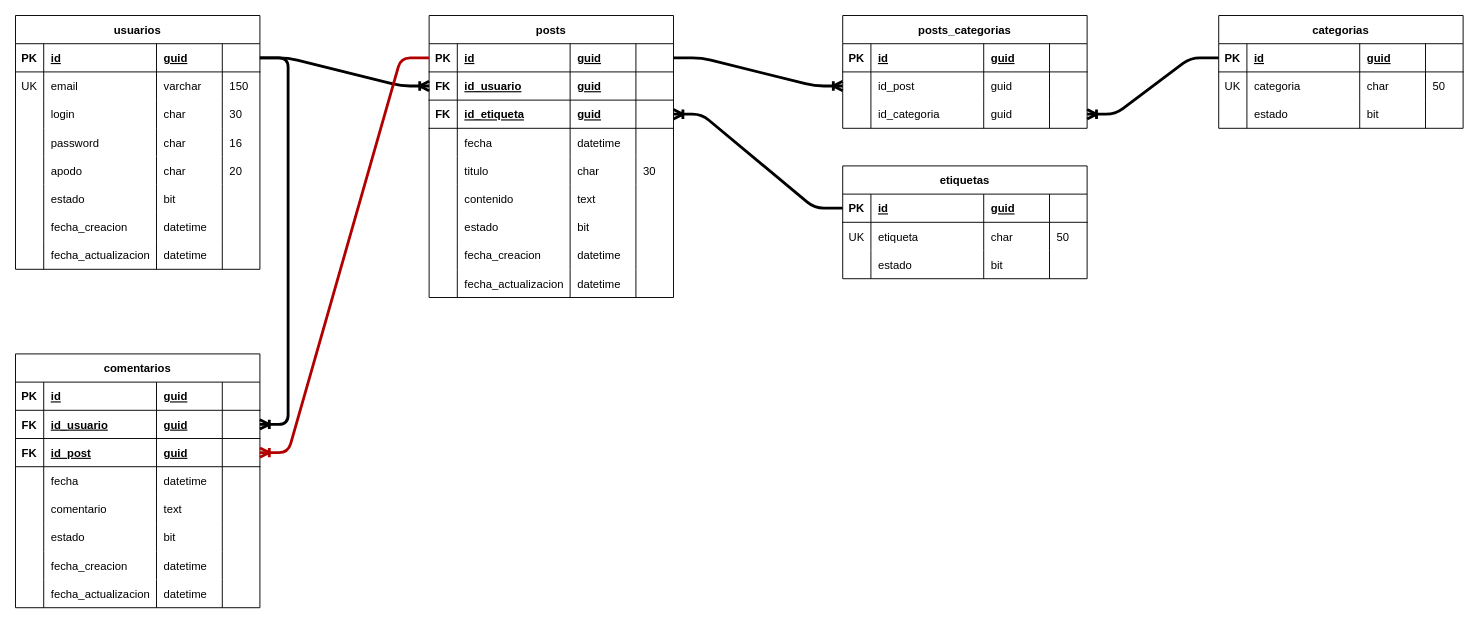
andresflorez0799/platzi-fundamentosbd keeps this draw.io diagram as page "FISICO" (2 of 2) of diagrams/blogs.drawio. Above is the earlier version. Source tidied: cells renumbered, new cells numbered last; positions are measured from the earlier drawing's top-left corner, leaving out a move shared by most shapes. Both pictures are drawn from the tidied source at 94%, with x=0, y=0 at pixel (15, 15).
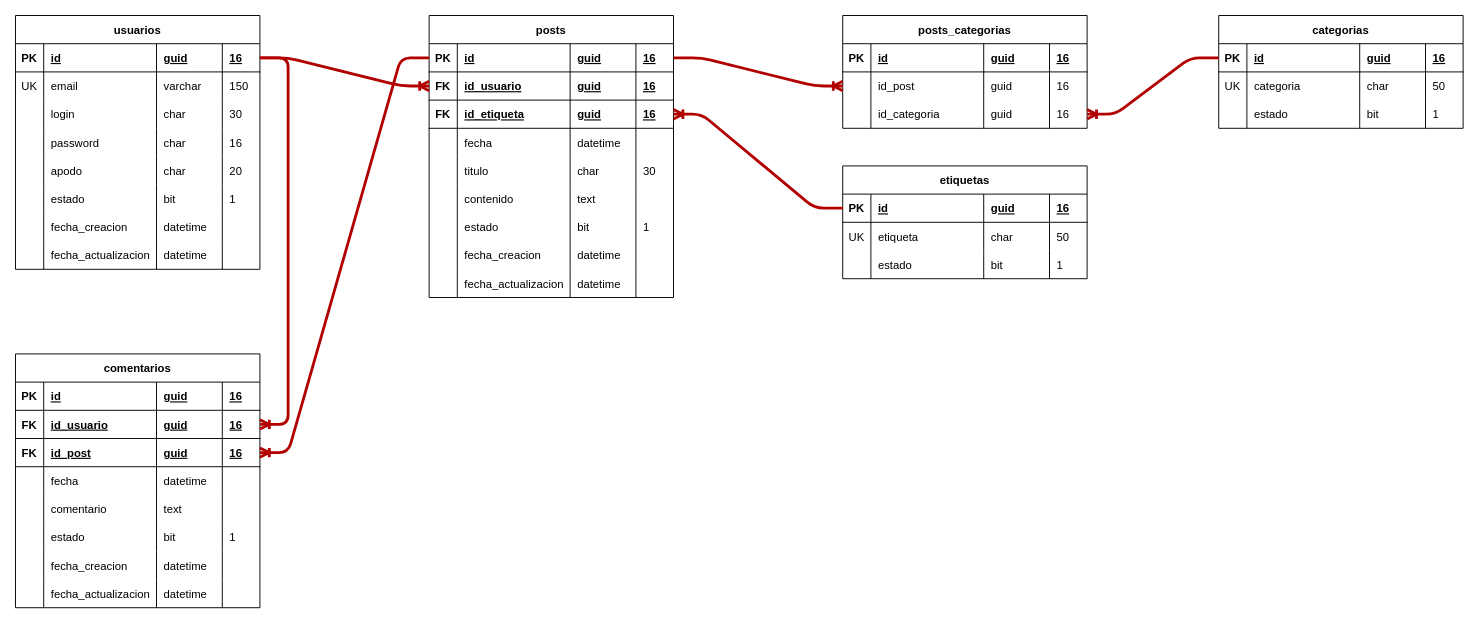
The same page after the edit.

The change refers to these unchanged cells:
```xml
<mxCell id="3" style="shape=tableRow;horizontal=0;startSize=0;swimlaneHead=0;swimlaneBody=0;fillColor=none;points=[[0,0.5],[1,0.5]];portConstraint=eastwest;top=0;left=0;right=0;bottom=1;" parent="2" vertex="1">
  <mxGeometry y="30" width="260" height="30" as="geometry" />
</mxCell>
<mxCell id="28" style="shape=tableRow;horizontal=0;startSize=0;swimlaneHead=0;swimlaneBody=0;fillColor=none;top=0;left=0;right=0;bottom=0;" parent="2" vertex="1">
  <mxGeometry y="180" width="260" height="30" as="geometry" />
</mxCell>
<mxCell id="44" style="shape=tableRow;horizontal=0;startSize=0;swimlaneHead=0;swimlaneBody=0;fillColor=none;points=[[0,0.5],[1,0.5]];portConstraint=eastwest;top=0;left=0;right=0;bottom=1;" parent="43" vertex="1">
  <mxGeometry y="30" width="260" height="30" as="geometry" />
</mxCell>
<mxCell id="49" style="shape=tableRow;horizontal=0;startSize=0;swimlaneHead=0;swimlaneBody=0;fillColor=none;points=[[0,0.5],[1,0.5]];portConstraint=eastwest;top=0;left=0;right=0;bottom=1;" parent="43" vertex="1">
  <mxGeometry y="60" width="260" height="30" as="geometry" />
</mxCell>
<mxCell id="54" style="shape=tableRow;horizontal=0;startSize=0;swimlaneHead=0;swimlaneBody=0;fillColor=none;points=[[0,0.5],[1,0.5]];portConstraint=eastwest;top=0;left=0;right=0;bottom=1;" parent="43" vertex="1">
  <mxGeometry y="90" width="260" height="30" as="geometry" />
</mxCell>
<mxCell id="74" style="shape=tableRow;horizontal=0;startSize=0;swimlaneHead=0;swimlaneBody=0;fillColor=none;top=0;left=0;right=0;bottom=0;" parent="43" vertex="1">
  <mxGeometry y="210" width="260" height="30" as="geometry" />
</mxCell>
<mxCell id="90" style="shape=tableRow;horizontal=0;startSize=0;swimlaneHead=0;swimlaneBody=0;fillColor=none;top=0;left=0;right=0;bottom=1;" parent="89" vertex="1">
  <mxGeometry y="30" width="260" height="30" as="geometry" />
</mxCell>
<mxCell id="95" style="shape=tableRow;horizontal=0;startSize=0;swimlaneHead=0;swimlaneBody=0;fillColor=none;points=[[0,0.5],[1,0.5]];portConstraint=eastwest;top=0;left=0;right=0;bottom=1;" parent="89" vertex="1">
  <mxGeometry y="60" width="260" height="30" as="geometry" />
</mxCell>
<mxCell id="100" style="shape=tableRow;horizontal=0;startSize=0;swimlaneHead=0;swimlaneBody=0;fillColor=none;points=[[0,0.5],[1,0.5]];portConstraint=eastwest;top=0;left=0;right=0;bottom=1;" parent="89" vertex="1">
  <mxGeometry y="90" width="260" height="30" as="geometry" />
</mxCell>
<mxCell id="115" style="shape=tableRow;horizontal=0;startSize=0;swimlaneHead=0;swimlaneBody=0;fillColor=none;top=0;left=0;right=0;bottom=0;" parent="89" vertex="1">
  <mxGeometry y="180" width="260" height="30" as="geometry" />
</mxCell>
<mxCell id="131" style="shape=tableRow;horizontal=0;startSize=0;swimlaneHead=0;swimlaneBody=0;fillColor=none;points=[[0,0.5],[1,0.5]];portConstraint=eastwest;top=0;left=0;right=0;bottom=1;" parent="130" vertex="1">
  <mxGeometry y="30" width="260" height="30" as="geometry" />
</mxCell>
<mxCell id="141" style="shape=tableRow;horizontal=0;startSize=0;swimlaneHead=0;swimlaneBody=0;fillColor=none;top=0;left=0;right=0;bottom=0;" parent="130" vertex="1">
  <mxGeometry y="90" width="260" height="30" as="geometry" />
</mxCell>
<mxCell id="147" style="shape=tableRow;horizontal=0;startSize=0;swimlaneHead=0;swimlaneBody=0;fillColor=none;points=[[0,0.5],[1,0.5]];portConstraint=eastwest;top=0;left=0;right=0;bottom=1;" parent="146" vertex="1">
  <mxGeometry y="30" width="260" height="30" as="geometry" />
</mxCell>
<mxCell id="157" style="shape=tableRow;horizontal=0;startSize=0;swimlaneHead=0;swimlaneBody=0;fillColor=none;top=0;left=0;right=0;bottom=0;" parent="146" vertex="1">
  <mxGeometry y="90" width="260" height="30" as="geometry" />
</mxCell>
<mxCell id="163" style="shape=tableRow;horizontal=0;startSize=0;swimlaneHead=0;swimlaneBody=0;fillColor=none;top=0;left=0;right=0;bottom=1;" parent="162" vertex="1">
  <mxGeometry y="30" width="260" height="30" as="geometry" />
</mxCell>
<mxCell id="168" style="shape=tableRow;horizontal=0;startSize=0;swimlaneHead=0;swimlaneBody=0;fillColor=none;points=[[0,0.5],[1,0.5]];portConstraint=eastwest;top=0;left=0;right=0;bottom=0;" parent="162" vertex="1">
  <mxGeometry y="60" width="260" height="30" as="geometry" />
</mxCell>
<mxCell id="173" style="shape=tableRow;horizontal=0;startSize=0;swimlaneHead=0;swimlaneBody=0;fillColor=none;points=[[0,0.5],[1,0.5]];portConstraint=eastwest;top=0;left=0;right=0;bottom=0;" parent="162" vertex="1">
  <mxGeometry y="90" width="260" height="30" as="geometry" />
</mxCell>
```

Diff of the diagram source:
```diff
@@
-    <mxCell id="7" style="shape=partialRectangle;fillColor=none;top=0;left=0;bottom=0;right=0;align=left;spacingLeft=6;fontStyle=5;overflow=hidden;" parent="3" vertex="1">
+    <mxCell id="7" value="16" style="shape=partialRectangle;fillColor=none;top=0;left=0;bottom=0;right=0;align=left;spacingLeft=6;fontStyle=5;overflow=hidden;" parent="3" vertex="1">
       <mxGeometry x="220" width="40" height="30" as="geometry" />
     </mxCell>
@@
-    <mxCell id="32" style="shape=partialRectangle;fillColor=none;top=0;left=0;bottom=0;right=0;align=left;spacingLeft=6;overflow=hidden;" parent="28" vertex="1">
+    <mxCell id="32" value="1" style="shape=partialRectangle;fillColor=none;top=0;left=0;bottom=0;right=0;align=left;spacingLeft=6;overflow=hidden;" parent="28" vertex="1">
       <mxGeometry x="220" width="40" height="30" as="geometry" />
     </mxCell>
@@
-    <mxCell id="48" style="shape=partialRectangle;fillColor=none;top=0;left=0;bottom=0;right=0;align=left;spacingLeft=6;fontStyle=5;overflow=hidden;" parent="44" vertex="1">
+    <mxCell id="48" value="16" style="shape=partialRectangle;fillColor=none;top=0;left=0;bottom=0;right=0;align=left;spacingLeft=6;fontStyle=5;overflow=hidden;" parent="44" vertex="1">
       <mxGeometry x="220" width="40" height="30" as="geometry" />
     </mxCell>
@@
-    <mxCell id="53" style="shape=partialRectangle;fillColor=none;top=0;left=0;bottom=0;right=0;align=left;spacingLeft=6;fontStyle=5;overflow=hidden;" parent="49" vertex="1">
+    <mxCell id="53" value="16" style="shape=partialRectangle;fillColor=none;top=0;left=0;bottom=0;right=0;align=left;spacingLeft=6;fontStyle=5;overflow=hidden;" parent="49" vertex="1">
       <mxGeometry x="220" width="40" height="30" as="geometry" />
     </mxCell>
@@
-    <mxCell id="58" style="shape=partialRectangle;fillColor=none;top=0;left=0;bottom=0;right=0;align=left;spacingLeft=6;fontStyle=5;overflow=hidden;" parent="54" vertex="1">
+    <mxCell id="58" value="16" style="shape=partialRectangle;fillColor=none;top=0;left=0;bottom=0;right=0;align=left;spacingLeft=6;fontStyle=5;overflow=hidden;" parent="54" vertex="1">
       <mxGeometry x="220" width="40" height="30" as="geometry" />
     </mxCell>
@@
-    <mxCell id="78" style="shape=partialRectangle;fillColor=none;top=0;left=0;bottom=0;right=0;align=left;spacingLeft=6;overflow=hidden;" parent="74" vertex="1">
+    <mxCell id="78" value="1" style="shape=partialRectangle;fillColor=none;top=0;left=0;bottom=0;right=0;align=left;spacingLeft=6;overflow=hidden;" parent="74" vertex="1">
       <mxGeometry x="220" width="40" height="30" as="geometry" />
     </mxCell>
@@
-    <mxCell id="94" style="shape=partialRectangle;fillColor=none;top=0;left=0;bottom=0;right=0;align=left;spacingLeft=6;fontStyle=5;overflow=hidden;" parent="90" vertex="1">
+    <mxCell id="94" value="16" style="shape=partialRectangle;fillColor=none;top=0;left=0;bottom=0;right=0;align=left;spacingLeft=6;fontStyle=5;overflow=hidden;" parent="90" vertex="1">
       <mxGeometry x="220" width="40" height="30" as="geometry" />
     </mxCell>
@@
-    <mxCell id="99" style="shape=partialRectangle;fillColor=none;top=0;left=0;bottom=0;right=0;align=left;spacingLeft=6;fontStyle=5;overflow=hidden;" parent="95" vertex="1">
+    <mxCell id="99" value="16" style="shape=partialRectangle;fillColor=none;top=0;left=0;bottom=0;right=0;align=left;spacingLeft=6;fontStyle=5;overflow=hidden;" parent="95" vertex="1">
       <mxGeometry x="220" width="40" height="30" as="geometry" />
     </mxCell>
@@
-    <mxCell id="104" style="shape=partialRectangle;fillColor=none;top=0;left=0;bottom=0;right=0;align=left;spacingLeft=6;fontStyle=5;overflow=hidden;" parent="100" vertex="1">
+    <mxCell id="104" value="16" style="shape=partialRectangle;fillColor=none;top=0;left=0;bottom=0;right=0;align=left;spacingLeft=6;fontStyle=5;overflow=hidden;" parent="100" vertex="1">
       <mxGeometry x="220" width="40" height="30" as="geometry" />
     </mxCell>
@@
-    <mxCell id="119" style="shape=partialRectangle;fillColor=none;top=0;left=0;bottom=0;right=0;align=left;spacingLeft=6;overflow=hidden;" parent="115" vertex="1">
+    <mxCell id="119" value="1" style="shape=partialRectangle;fillColor=none;top=0;left=0;bottom=0;right=0;align=left;spacingLeft=6;overflow=hidden;" parent="115" vertex="1">
       <mxGeometry x="220" width="40" height="30" as="geometry" />
     </mxCell>
@@
-    <mxCell id="135" style="shape=partialRectangle;fillColor=none;top=0;left=0;bottom=0;right=0;align=left;spacingLeft=6;fontStyle=5;overflow=hidden;" parent="131" vertex="1">
+    <mxCell id="135" value="16" style="shape=partialRectangle;fillColor=none;top=0;left=0;bottom=0;right=0;align=left;spacingLeft=6;fontStyle=5;overflow=hidden;" parent="131" vertex="1">
       <mxGeometry x="220" width="40" height="30" as="geometry" />
     </mxCell>
@@
-    <mxCell id="145" style="shape=partialRectangle;fillColor=none;top=0;left=0;bottom=0;right=0;align=left;spacingLeft=6;overflow=hidden;" parent="141" vertex="1">
+    <mxCell id="145" value="1" style="shape=partialRectangle;fillColor=none;top=0;left=0;bottom=0;right=0;align=left;spacingLeft=6;overflow=hidden;" parent="141" vertex="1">
       <mxGeometry x="220" width="40" height="30" as="geometry" />
     </mxCell>
@@
-    <mxCell id="151" style="shape=partialRectangle;fillColor=none;top=0;left=0;bottom=0;right=0;align=left;spacingLeft=6;fontStyle=5;overflow=hidden;" parent="147" vertex="1">
+    <mxCell id="151" value="16" style="shape=partialRectangle;fillColor=none;top=0;left=0;bottom=0;right=0;align=left;spacingLeft=6;fontStyle=5;overflow=hidden;" parent="147" vertex="1">
       <mxGeometry x="220" width="40" height="30" as="geometry" />
     </mxCell>
@@
-    <mxCell id="161" style="shape=partialRectangle;fillColor=none;top=0;left=0;bottom=0;right=0;align=left;spacingLeft=6;overflow=hidden;" parent="157" vertex="1">
+    <mxCell id="161" value="1" style="shape=partialRectangle;fillColor=none;top=0;left=0;bottom=0;right=0;align=left;spacingLeft=6;overflow=hidden;" parent="157" vertex="1">
       <mxGeometry x="220" width="40" height="30" as="geometry" />
     </mxCell>
@@
-    <mxCell id="167" style="shape=partialRectangle;fillColor=none;top=0;left=0;bottom=0;right=0;align=left;spacingLeft=6;fontStyle=5;overflow=hidden;" parent="163" vertex="1">
+    <mxCell id="167" value="16" style="shape=partialRectangle;fillColor=none;top=0;left=0;bottom=0;right=0;align=left;spacingLeft=6;fontStyle=5;overflow=hidden;" parent="163" vertex="1">
       <mxGeometry x="220" width="40" height="30" as="geometry" />
     </mxCell>
@@
-    <mxCell id="172" style="shape=partialRectangle;fillColor=none;top=0;left=0;bottom=0;right=0;align=left;spacingLeft=6;overflow=hidden;" parent="168" vertex="1">
+    <mxCell id="172" value="16" style="shape=partialRectangle;fillColor=none;top=0;left=0;bottom=0;right=0;align=left;spacingLeft=6;overflow=hidden;" parent="168" vertex="1">
       <mxGeometry x="220" width="40" height="30" as="geometry" />
     </mxCell>
@@
-    <mxCell id="177" style="shape=partialRectangle;fillColor=none;top=0;left=0;bottom=0;right=0;align=left;spacingLeft=6;overflow=hidden;" parent="173" vertex="1">
+    <mxCell id="177" value="16" style="shape=partialRectangle;fillColor=none;top=0;left=0;bottom=0;right=0;align=left;spacingLeft=6;overflow=hidden;" parent="173" vertex="1">
       <mxGeometry x="220" width="40" height="30" as="geometry" />
     </mxCell>
-    <mxCell id="178" style="edgeStyle=entityRelationEdgeStyle;fontSize=12;html=1;endArrow=ERoneToMany;shadow=0;sketch=0;strokeColor=default;strokeWidth=3;" parent="1" edge="1" source="3" target="49">
+    <mxCell id="178" style="edgeStyle=entityRelationEdgeStyle;fontSize=12;html=1;endArrow=ERoneToMany;shadow=0;sketch=0;strokeColor=#B20000;strokeWidth=3;fillColor=#e51400;" parent="1" edge="1" source="3" target="49">
       <mxGeometry relative="1" as="geometry" />
     </mxCell>
-    <mxCell id="179" style="edgeStyle=entityRelationEdgeStyle;fontSize=12;html=1;endArrow=ERoneToMany;shadow=0;sketch=0;strokeColor=default;strokeWidth=3;" parent="1" edge="1" source="3" target="95">
+    <mxCell id="179" style="edgeStyle=entityRelationEdgeStyle;fontSize=12;html=1;endArrow=ERoneToMany;shadow=0;sketch=0;strokeColor=#B20000;strokeWidth=3;fillColor=#e51400;" parent="1" edge="1" source="3" target="95">
       <mxGeometry relative="1" as="geometry" />
     </mxCell>
@@
-    <mxCell id="181" style="edgeStyle=entityRelationEdgeStyle;fontSize=12;html=1;endArrow=ERoneToMany;shadow=0;sketch=0;strokeColor=default;strokeWidth=3;entryX=0;entryY=0.5;entryDx=0;entryDy=0;" parent="1" edge="1" source="44" target="168">
+    <mxCell id="181" style="edgeStyle=entityRelationEdgeStyle;fontSize=12;html=1;endArrow=ERoneToMany;shadow=0;sketch=0;strokeColor=#B20000;strokeWidth=3;entryX=0;entryY=0.5;entryDx=0;entryDy=0;fillColor=#e51400;" parent="1" edge="1" source="44" target="168">
       <mxGeometry relative="1" as="geometry" />
     </mxCell>
-    <mxCell id="182" style="edgeStyle=entityRelationEdgeStyle;fontSize=12;html=1;endArrow=ERoneToMany;shadow=0;sketch=0;strokeColor=default;strokeWidth=3;exitX=0;exitY=0.5;exitDx=0;exitDy=0;" parent="1" edge="1" source="147" target="173">
+    <mxCell id="182" style="edgeStyle=entityRelationEdgeStyle;fontSize=12;html=1;endArrow=ERoneToMany;shadow=0;sketch=0;strokeColor=#B20000;strokeWidth=3;exitX=0;exitY=0.5;exitDx=0;exitDy=0;fillColor=#e51400;" parent="1" edge="1" source="147" target="173">
       <mxGeometry relative="1" as="geometry" />
     </mxCell>
-    <mxCell id="183" style="edgeStyle=entityRelationEdgeStyle;fontSize=12;html=1;endArrow=ERoneToMany;shadow=0;sketch=0;strokeColor=default;strokeWidth=3;exitX=0;exitY=0.5;exitDx=0;exitDy=0;" parent="1" edge="1" source="131" target="54">
+    <mxCell id="183" style="edgeStyle=entityRelationEdgeStyle;fontSize=12;html=1;endArrow=ERoneToMany;shadow=0;sketch=0;strokeColor=#B20000;strokeWidth=3;exitX=0;exitY=0.5;exitDx=0;exitDy=0;fillColor=#e51400;" parent="1" edge="1" source="131" target="54">
       <mxGeometry relative="1" as="geometry" />
     </mxCell>
```
